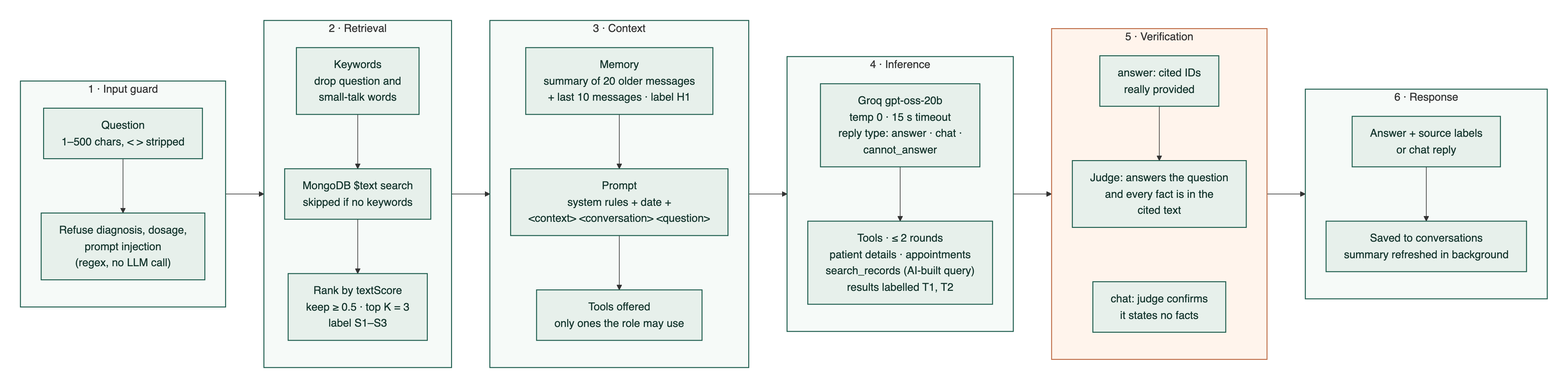
Earlier version of the Mermaid export architecture/images/ai-flow.png (Jag2007/Patient_Management). Its source is kept beside it as architecture/diagrams/ai-flow.mmd.
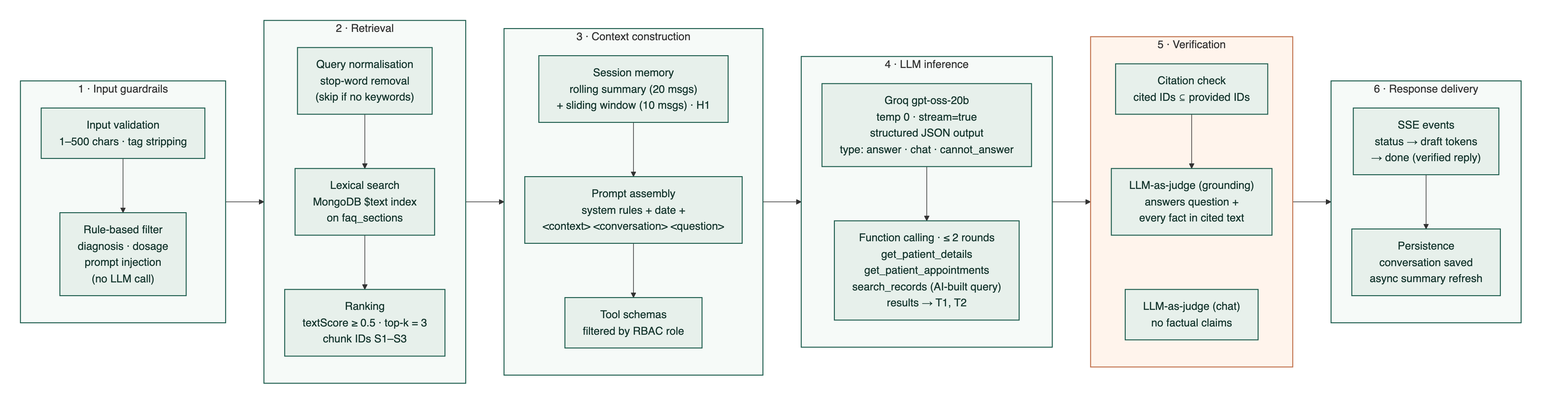
The same file after the commit.

The edit, as a diff of the source:
```diff
@@ -1,49 +1,49 @@
 flowchart LR
     classDef default fill:#E7F0EB,stroke:#1F5E4F,stroke-width:1.5px,color:#14352D
 
-    subgraph S1["1 · Input guard"]
+    subgraph S1["1 · Input guardrails"]
         direction TB
-        Q["Question<br/>1–500 chars, &lt; &gt; stripped"]
-        G["Refuse diagnosis, dosage,<br/>prompt injection<br/>(regex, no LLM call)"]
+        Q["Input validation<br/>1–500 chars · tag stripping"]
+        G["Rule-based filter<br/>diagnosis · dosage<br/>prompt injection<br/>(no LLM call)"]
         Q --> G
     end
 
     subgraph S2["2 · Retrieval"]
         direction TB
-        K["Keywords<br/>drop question and<br/>small-talk words"]
-        T["MongoDB $text search<br/>skipped if no keywords"]
-        R["Rank by textScore<br/>keep ≥ 0.5 · top K = 3<br/>label S1–S3"]
+        K["Query normalisation<br/>stop-word removal<br/>(skip if no keywords)"]
+        T["Lexical search<br/>MongoDB $text index<br/>on faq_sections"]
+        R["Ranking<br/>textScore ≥ 0.5 · top-k = 3<br/>chunk IDs S1–S3"]
         K --> T --> R
     end
 
-    subgraph S3["3 · Context"]
+    subgraph S3["3 · Context construction"]
         direction TB
-        M["Memory<br/>summary of 20 older messages<br/>+ last 10 messages · label H1"]
-        P["Prompt<br/>system rules + date +<br/>&lt;context&gt; &lt;conversation&gt; &lt;question&gt;"]
-        TL["Tools offered<br/>only ones the role may use"]
+        M["Session memory<br/>rolling summary (20 msgs)<br/>+ sliding window (10 msgs) · H1"]
+        P["Prompt assembly<br/>system rules + date +<br/>&lt;context&gt; &lt;conversation&gt; &lt;question&gt;"]
+        TL["Tool schemas<br/>filtered by RBAC role"]
         M --> P --> TL
     end
 
-    subgraph S4["4 · Inference"]
+    subgraph S4["4 · LLM inference"]
         direction TB
-        L["Groq gpt-oss-20b<br/>temp 0 · 15 s timeout<br/>reply type: answer · chat ·<br/>cannot_answer"]
-        TC["Tools · ≤ 2 rounds<br/>patient details · appointments<br/>search_records (AI-built query)<br/>results labelled T1, T2"]
+        L["Groq gpt-oss-20b<br/>temp 0 · stream=true<br/>structured JSON output<br/>type: answer · chat · cannot_answer"]
+        TC["Function calling · ≤ 2 rounds<br/>get_patient_details<br/>get_patient_appointments<br/>search_records (AI-built query)<br/>results → T1, T2"]
         L --> TC
     end
 
     subgraph S5["5 · Verification"]
         direction TB
-        J1["answer: cited IDs<br/>really provided"]
-        J2["Judge: answers the question<br/>and every fact is in the<br/>cited text"]
-        J3["chat: judge confirms<br/>it states no facts"]
+        J1["Citation check<br/>cited IDs ⊆ provided IDs"]
+        J2["LLM-as-judge (grounding)<br/>answers question +<br/>every fact in cited text"]
+        J3["LLM-as-judge (chat)<br/>no factual claims"]
         J1 --> J2
         J2 ~~~ J3
     end
 
-    subgraph S6["6 · Response"]
+    subgraph S6["6 · Response delivery"]
         direction TB
-        A["Answer + source labels<br/>or chat reply"]
-        SV["Saved to conversations<br/>summary refreshed in background"]
+        A["SSE events<br/>status → draft tokens<br/>→ done (verified reply)"]
+        SV["Persistence<br/>conversation saved<br/>async summary refresh"]
         A --> SV
     end
 
```
